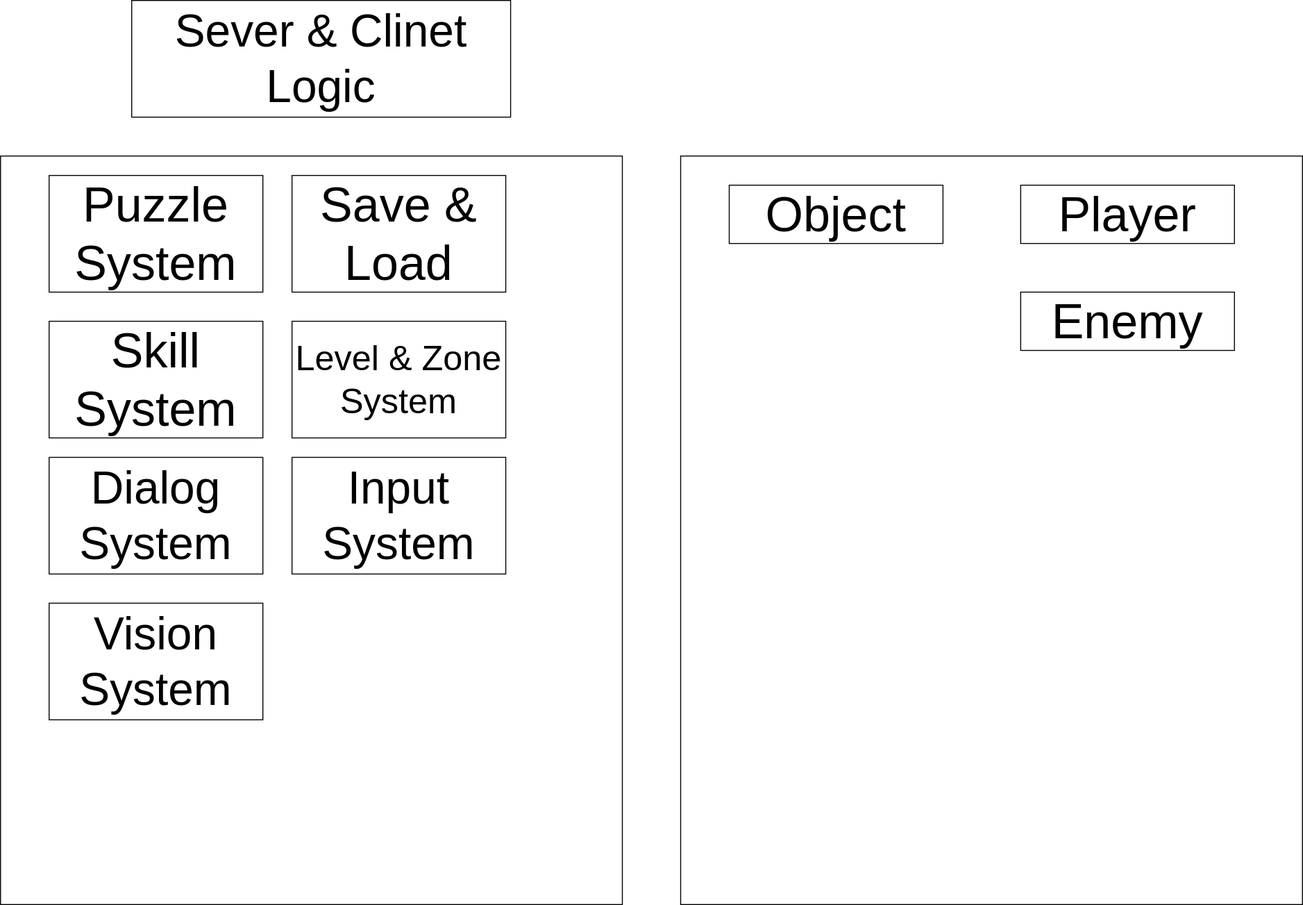
The draw.io diagram System Diagram.drawio.svg in ihaha424/TP, before a commit. Source tidied: cells renumbered, new cells last; positions are measured from the earlier drawing's top-left corner, leaving out a move shared by most shapes.
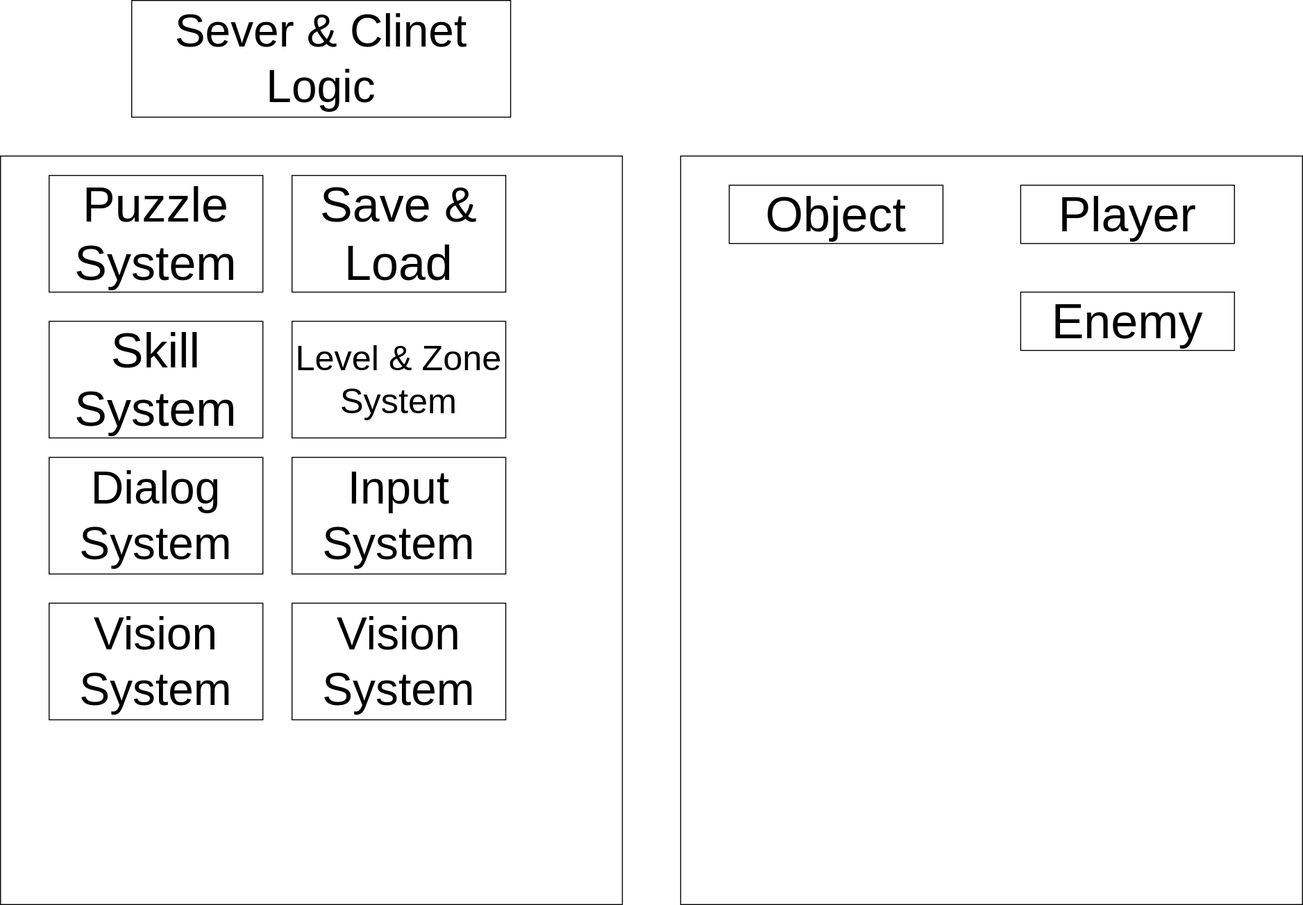
After the commit.

What changed in the source:
```diff
@@ -41,5 +41,8 @@
     <mxCell id="14" value="&lt;span style=&quot;font-size: 50px;&quot;&gt;Enemy&lt;/span&gt;" style="rounded=0;whiteSpace=wrap;html=1;" parent="1" vertex="1">
       <mxGeometry x="1050" y="300" width="220" height="60" as="geometry" />
     </mxCell>
+    <mxCell id="15" value="&lt;font style=&quot;font-size: 47px;&quot;&gt;Vision&lt;br&gt;System&lt;/font&gt;" style="rounded=0;whiteSpace=wrap;html=1;" parent="1" vertex="1">
+      <mxGeometry x="300" y="620" width="220" height="120" as="geometry" />
+    </mxCell>
   </root>
 </mxGraphModel>
```
